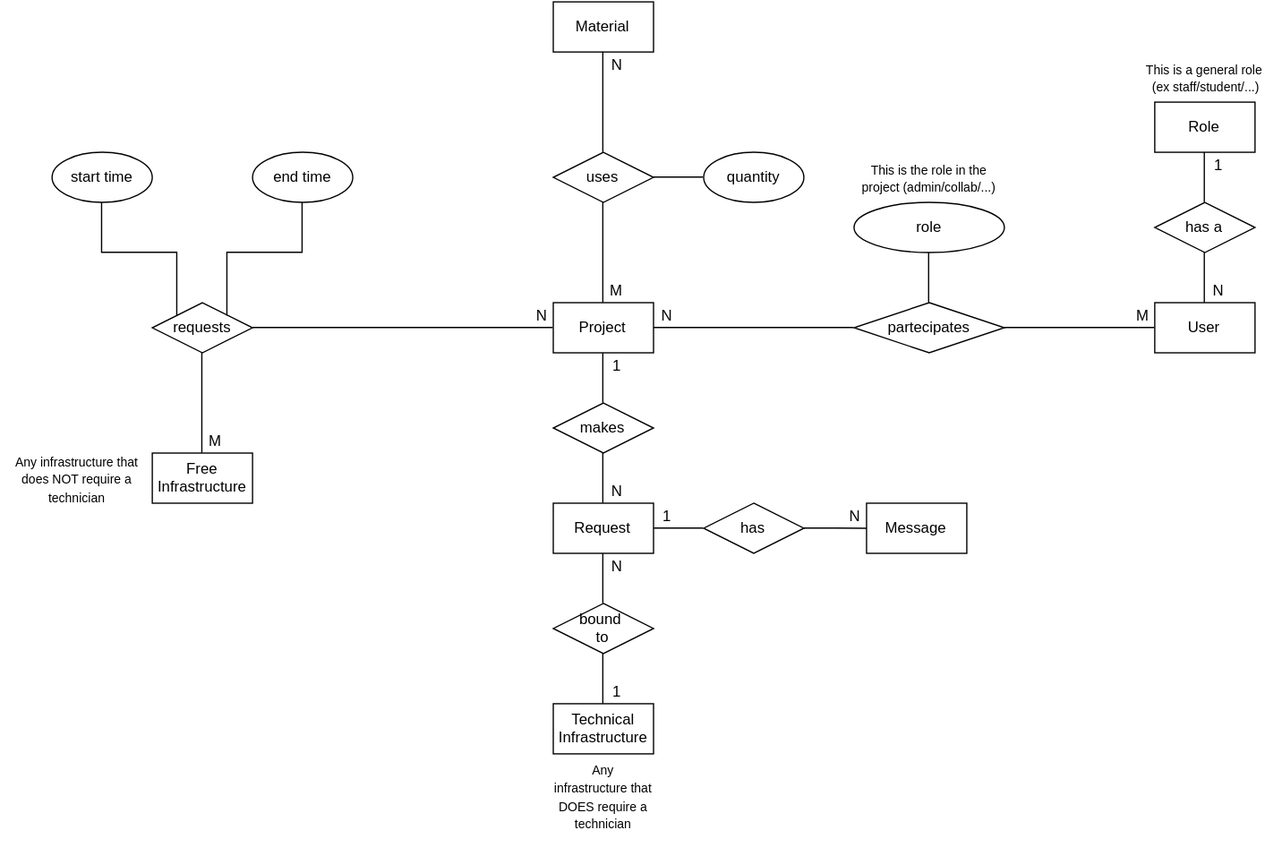
shalen-original/dbms2016-exam-project keeps this draw.io diagram as Schema/mpm-db-er-schema.svg. Above is the earlier version. Source tidied: cells renumbered, new cells last; positions are measured from the earlier drawing's top-left corner, leaving out a move shared by most shapes.
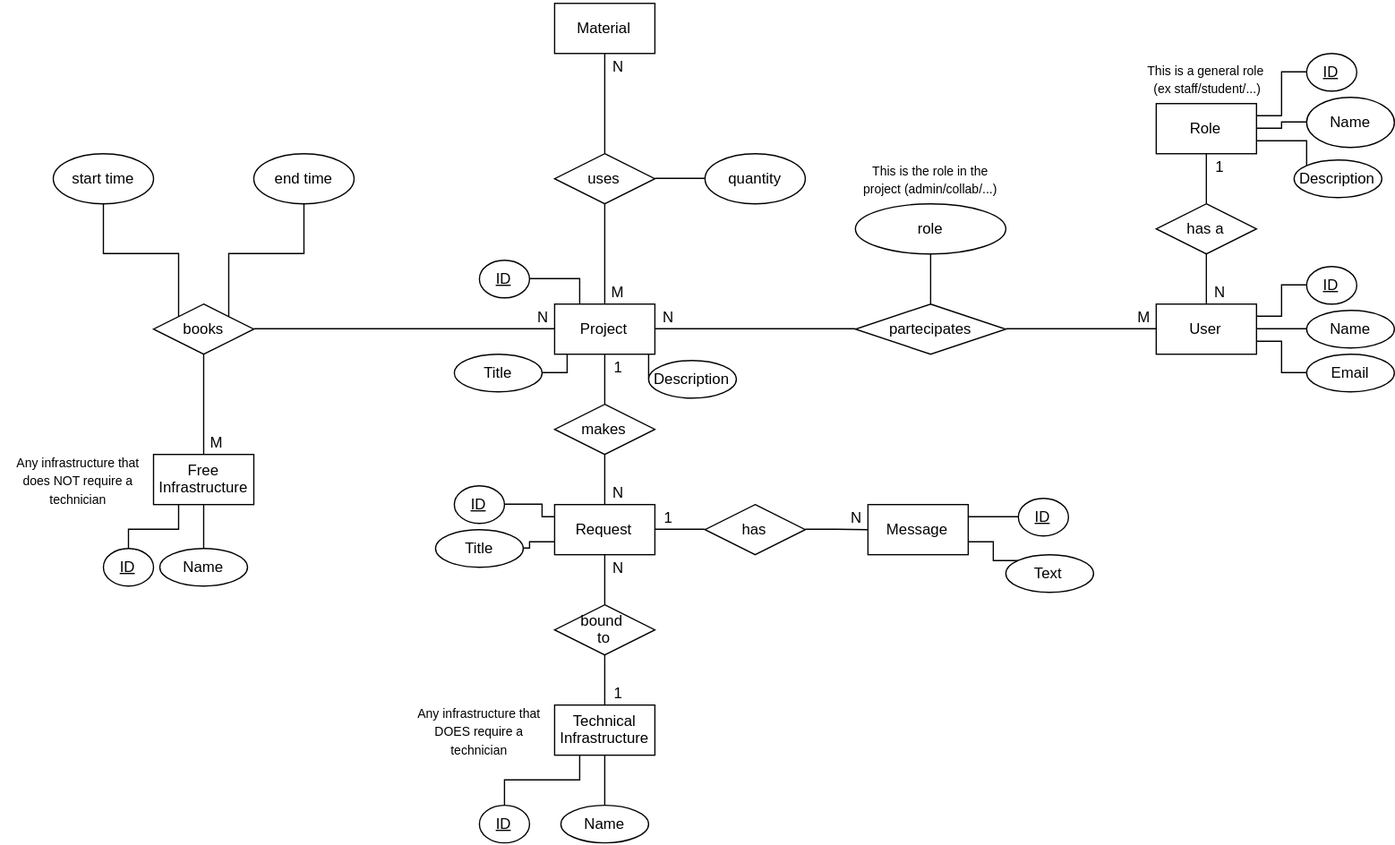
Later version of the same file.

What changed in the source:
```diff
@@ -11,12 +11,35 @@
     <mxCell id="4" style="edgeStyle=orthogonalEdgeStyle;rounded=0;html=1;exitX=0.5;exitY=1;endArrow=none;endFill=0;jettySize=auto;entryX=0.5;entryY=0;" parent="1" edge="1" source="5" target="57">
       <mxGeometry relative="1" as="geometry" />
     </mxCell>
+    <mxCell id="60" style="edgeStyle=orthogonalEdgeStyle;rounded=0;html=1;exitX=0.25;exitY=0;entryX=1;entryY=0.5;endArrow=none;endFill=0;jettySize=auto;" parent="1" edge="1" source="5" target="91">
+      <mxGeometry relative="1" as="geometry" />
+    </mxCell>
+    <mxCell id="61" style="edgeStyle=orthogonalEdgeStyle;rounded=0;html=1;exitX=0.25;exitY=1;entryX=1;entryY=0.5;endArrow=none;endFill=0;jettySize=auto;" parent="1" edge="1" source="5" target="92">
+      <mxGeometry relative="1" as="geometry">
+        <Array as="points">
+          <mxPoint x="450" y="280" />
+          <mxPoint x="450" y="295" />
+        </Array>
+      </mxGeometry>
+    </mxCell>
+    <mxCell id="62" style="edgeStyle=orthogonalEdgeStyle;rounded=0;html=1;exitX=0.75;exitY=1;entryX=0;entryY=0.5;endArrow=none;endFill=0;jettySize=auto;" parent="1" edge="1" source="5" target="93">
+      <mxGeometry relative="1" as="geometry" />
+    </mxCell>
     <mxCell id="5" value="Project" style="whiteSpace=wrap;html=1;" parent="1" vertex="1">
       <mxGeometry x="440" y="240" width="80" height="40" as="geometry" />
     </mxCell>
     <mxCell id="6" style="edgeStyle=orthogonalEdgeStyle;rounded=0;html=1;exitX=0;exitY=0.5;entryX=1;entryY=0.5;jettySize=auto;endArrow=none;endFill=0;" parent="1" edge="1" source="7" target="15">
       <mxGeometry relative="1" as="geometry" />
     </mxCell>
+    <mxCell id="63" style="edgeStyle=orthogonalEdgeStyle;rounded=0;html=1;exitX=1;exitY=0.25;entryX=0;entryY=0.5;endArrow=none;endFill=0;jettySize=auto;" parent="1" edge="1" source="7" target="80">
+      <mxGeometry relative="1" as="geometry" />
+    </mxCell>
+    <mxCell id="64" style="edgeStyle=orthogonalEdgeStyle;rounded=0;html=1;exitX=1;exitY=0.5;entryX=0;entryY=0.5;endArrow=none;endFill=0;jettySize=auto;" parent="1" edge="1" source="7" target="81">
+      <mxGeometry relative="1" as="geometry" />
+    </mxCell>
+    <mxCell id="65" style="edgeStyle=orthogonalEdgeStyle;rounded=0;html=1;exitX=1;exitY=0.75;entryX=0;entryY=0.5;endArrow=none;endFill=0;jettySize=auto;" parent="1" edge="1" source="7" target="82">
+      <mxGeometry relative="1" as="geometry" />
+    </mxCell>
     <mxCell id="7" value="User" style="whiteSpace=wrap;html=1;" parent="1" vertex="1">
       <mxGeometry x="920" y="240" width="80" height="40" as="geometry" />
     </mxCell>
@@ -32,6 +55,22 @@
     <mxCell id="11" style="edgeStyle=orthogonalEdgeStyle;rounded=0;html=1;exitX=1;exitY=0.5;endArrow=none;endFill=0;jettySize=auto;entryX=0;entryY=0.5;" parent="1" edge="1" source="12" target="58">
       <mxGeometry relative="1" as="geometry" />
     </mxCell>
+    <mxCell id="66" style="edgeStyle=orthogonalEdgeStyle;rounded=0;html=1;exitX=0;exitY=0.25;entryX=1;entryY=0.5;endArrow=none;endFill=0;jettySize=auto;" parent="1" edge="1" source="12" target="89">
+      <mxGeometry relative="1" as="geometry">
+        <Array as="points">
+          <mxPoint x="430" y="410" />
+          <mxPoint x="430" y="400" />
+        </Array>
+      </mxGeometry>
+    </mxCell>
+    <mxCell id="67" style="edgeStyle=orthogonalEdgeStyle;rounded=0;html=1;exitX=0;exitY=0.75;entryX=1;entryY=0.5;endArrow=none;endFill=0;jettySize=auto;" parent="1" edge="1" source="12" target="90">
+      <mxGeometry relative="1" as="geometry">
+        <Array as="points">
+          <mxPoint x="420" y="430" />
+          <mxPoint x="420" y="435" />
+        </Array>
+      </mxGeometry>
+    </mxCell>
     <mxCell id="12" value="Request" style="whiteSpace=wrap;html=1;" parent="1" vertex="1">
       <mxGeometry x="440" y="400" width="80" height="40" as="geometry" />
     </mxCell>
@@ -43,6 +82,17 @@
         </Array>
       </mxGeometry>
     </mxCell>
+    <mxCell id="68" style="edgeStyle=orthogonalEdgeStyle;rounded=0;html=1;exitX=1;exitY=0.25;entryX=0;entryY=0.5;endArrow=none;endFill=0;jettySize=auto;" parent="1" edge="1" source="14" target="78">
+      <mxGeometry relative="1" as="geometry" />
+    </mxCell>
+    <mxCell id="69" style="edgeStyle=orthogonalEdgeStyle;rounded=0;html=1;exitX=1;exitY=0.75;entryX=0;entryY=0;endArrow=none;endFill=0;jettySize=auto;" parent="1" edge="1" source="14" target="79">
+      <mxGeometry relative="1" as="geometry">
+        <Array as="points">
+          <mxPoint x="790" y="430" />
+          <mxPoint x="790" y="444" />
+        </Array>
+      </mxGeometry>
+    </mxCell>
     <mxCell id="14" value="Message" style="whiteSpace=wrap;html=1;" parent="1" vertex="1">
       <mxGeometry x="690" y="400" width="80" height="40" as="geometry" />
     </mxCell>
@@ -76,7 +126,7 @@
     <mxCell id="24" style="edgeStyle=orthogonalEdgeStyle;rounded=0;html=1;exitX=0.5;exitY=1;entryX=0.5;entryY=0;endArrow=none;endFill=0;jettySize=auto;" parent="1" edge="1" source="25" target="55">
       <mxGeometry relative="1" as="geometry" />
     </mxCell>
-    <mxCell id="25" value="requests" style="rhombus;whiteSpace=wrap;html=1;" parent="1" vertex="1">
+    <mxCell id="25" value="books" style="rhombus;whiteSpace=wrap;html=1;" parent="1" vertex="1">
       <mxGeometry x="120" y="240" width="80" height="40" as="geometry" />
     </mxCell>
     <mxCell id="26" style="edgeStyle=orthogonalEdgeStyle;rounded=0;html=1;exitX=0.5;exitY=1;entryX=0;entryY=0;endArrow=none;endFill=0;jettySize=auto;" parent="1" edge="1" source="27" target="25">
@@ -117,15 +167,6 @@
     <mxCell id="37" value="&lt;span style=&quot;font-size: 10px&quot;&gt;This is the role in the project (admin/collab/...)&lt;/span&gt;" style="text;html=1;strokeColor=none;fillColor=none;align=center;verticalAlign=middle;whiteSpace=wrap;rounded=0;shadow=0;glass=0;comic=0;" parent="35" vertex="1">
       <mxGeometry width="120" height="40" as="geometry" />
     </mxCell>
-    <mxCell id="38" style="group;" parent="1" vertex="1">
-      <mxGeometry x="440" y="560" width="80" height="120" as="geometry" />
-    </mxCell>
-    <mxCell id="39" value="Technical&lt;div&gt;Infrastructure&lt;/div&gt;" style="whiteSpace=wrap;html=1;" parent="38" vertex="1">
-      <mxGeometry width="80" height="40" as="geometry" />
-    </mxCell>
-    <mxCell id="40" value="&lt;span style=&quot;font-size: 10px&quot;&gt;Any infrastructure that DOES require a technician&lt;/span&gt;" style="text;html=1;strokeColor=none;fillColor=none;align=center;verticalAlign=middle;whiteSpace=wrap;rounded=0;shadow=0;glass=0;comic=0;" parent="38" vertex="1">
-      <mxGeometry y="40" width="80" height="80" as="geometry" />
-    </mxCell>
     <mxCell id="41" value="M" style="text;html=1;strokeColor=none;fillColor=none;align=center;verticalAlign=middle;whiteSpace=wrap;rounded=0;shadow=0;glass=0;comic=0;" parent="1" vertex="1">
       <mxGeometry x="160" y="340" width="20" height="20" as="geometry" />
     </mxCell>
@@ -168,6 +209,12 @@
     <mxCell id="54" value="1" style="text;html=1;strokeColor=none;fillColor=none;align=center;verticalAlign=middle;whiteSpace=wrap;rounded=0;shadow=0;glass=0;comic=0;" parent="1" vertex="1">
       <mxGeometry x="480" y="540" width="20" height="20" as="geometry" />
     </mxCell>
+    <mxCell id="70" style="edgeStyle=orthogonalEdgeStyle;rounded=0;html=1;exitX=0.25;exitY=1;entryX=0.5;entryY=0;endArrow=none;endFill=0;jettySize=auto;" parent="1" edge="1" source="55" target="72">
+      <mxGeometry relative="1" as="geometry" />
+    </mxCell>
+    <mxCell id="71" style="edgeStyle=orthogonalEdgeStyle;rounded=0;html=1;exitX=0.5;exitY=1;entryX=0.5;entryY=0;endArrow=none;endFill=0;jettySize=auto;" parent="1" edge="1" source="55" target="73">
+      <mxGeometry relative="1" as="geometry" />
+    </mxCell>
     <mxCell id="55" value="Free&lt;div&gt;Infrastructure&lt;/div&gt;" style="whiteSpace=wrap;html=1;" parent="1" vertex="1">
       <mxGeometry x="120" y="360" width="80" height="40" as="geometry" />
     </mxCell>
@@ -183,5 +230,81 @@
     <mxCell id="59" value="bound&amp;nbsp;&lt;div&gt;to&lt;/div&gt;" style="rhombus;whiteSpace=wrap;html=1;" parent="1" vertex="1">
       <mxGeometry x="440" y="480" width="80" height="40" as="geometry" />
     </mxCell>
+    <mxCell id="72" value="&lt;u&gt;ID&lt;/u&gt;" style="ellipse;whiteSpace=wrap;html=1;" parent="1" vertex="1">
+      <mxGeometry x="80" y="435" width="40" height="30" as="geometry" />
+    </mxCell>
+    <mxCell id="73" value="Name" style="ellipse;whiteSpace=wrap;html=1;" parent="1" vertex="1">
+      <mxGeometry x="125" y="435" width="70" height="30" as="geometry" />
+    </mxCell>
+    <mxCell id="74" style="edgeStyle=orthogonalEdgeStyle;rounded=0;html=1;exitX=0.25;exitY=1;entryX=0.5;entryY=0;endArrow=none;endFill=0;jettySize=auto;" parent="1" edge="1" source="39" target="76">
+      <mxGeometry relative="1" as="geometry" />
+    </mxCell>
+    <mxCell id="75" style="edgeStyle=orthogonalEdgeStyle;rounded=0;html=1;exitX=0.5;exitY=1;entryX=0.5;entryY=0;endArrow=none;endFill=0;jettySize=auto;" parent="1" edge="1" source="39" target="77">
+      <mxGeometry relative="1" as="geometry" />
+    </mxCell>
+    <mxCell id="39" value="Technical&lt;div&gt;Infrastructure&lt;/div&gt;" style="whiteSpace=wrap;html=1;" parent="1" vertex="1">
+      <mxGeometry x="440" y="560" width="80" height="40" as="geometry" />
+    </mxCell>
+    <mxCell id="40" value="&lt;span style=&quot;font-size: 10px&quot;&gt;Any infrastructure that DOES require a technician&lt;/span&gt;" style="text;html=1;strokeColor=none;fillColor=none;align=center;verticalAlign=middle;whiteSpace=wrap;rounded=0;shadow=0;glass=0;comic=0;" parent="1" vertex="1">
+      <mxGeometry x="320" y="560" width="120" height="40" as="geometry" />
+    </mxCell>
+    <mxCell id="76" value="&lt;u&gt;ID&lt;/u&gt;" style="ellipse;whiteSpace=wrap;html=1;" parent="1" vertex="1">
+      <mxGeometry x="380" y="640" width="40" height="30" as="geometry" />
+    </mxCell>
+    <mxCell id="77" value="Name" style="ellipse;whiteSpace=wrap;html=1;" parent="1" vertex="1">
+      <mxGeometry x="445" y="640" width="70" height="30" as="geometry" />
+    </mxCell>
+    <mxCell id="78" value="&lt;u&gt;ID&lt;/u&gt;" style="ellipse;whiteSpace=wrap;html=1;" parent="1" vertex="1">
+      <mxGeometry x="810" y="395" width="40" height="30" as="geometry" />
+    </mxCell>
+    <mxCell id="79" value="Text" style="ellipse;whiteSpace=wrap;html=1;" parent="1" vertex="1">
+      <mxGeometry x="800" y="440" width="70" height="30" as="geometry" />
+    </mxCell>
+    <mxCell id="80" value="&lt;u&gt;ID&lt;/u&gt;" style="ellipse;whiteSpace=wrap;html=1;" parent="1" vertex="1">
+      <mxGeometry x="1040" y="210" width="40" height="30" as="geometry" />
+    </mxCell>
+    <mxCell id="81" value="Name" style="ellipse;whiteSpace=wrap;html=1;" parent="1" vertex="1">
+      <mxGeometry x="1040" y="245" width="70" height="30" as="geometry" />
+    </mxCell>
+    <mxCell id="82" value="Email" style="ellipse;whiteSpace=wrap;html=1;" parent="1" vertex="1">
+      <mxGeometry x="1040" y="280" width="70" height="30" as="geometry" />
+    </mxCell>
+    <mxCell id="83" value="&lt;u&gt;ID&lt;/u&gt;" style="ellipse;whiteSpace=wrap;html=1;" parent="1" vertex="1">
+      <mxGeometry x="1040" y="40" width="40" height="30" as="geometry" />
+    </mxCell>
+    <mxCell id="84" value="Name" style="ellipse;whiteSpace=wrap;html=1;" parent="1" vertex="1">
+      <mxGeometry x="1040" y="75" width="70" height="40" as="geometry" />
+    </mxCell>
+    <mxCell id="85" style="edgeStyle=orthogonalEdgeStyle;rounded=0;html=1;exitX=0;exitY=0;entryX=1;entryY=0.75;endArrow=none;endFill=0;jettySize=auto;" parent="1" edge="1" source="86" target="33">
+      <mxGeometry relative="1" as="geometry">
+        <Array as="points">
+          <mxPoint x="1040" y="110" />
+        </Array>
+      </mxGeometry>
+    </mxCell>
+    <mxCell id="86" value="Description" style="ellipse;whiteSpace=wrap;html=1;" parent="1" vertex="1">
+      <mxGeometry x="1030" y="125" width="70" height="30" as="geometry" />
+    </mxCell>
+    <mxCell id="87" style="edgeStyle=orthogonalEdgeStyle;rounded=0;html=1;exitX=1;exitY=0.25;entryX=0;entryY=0.5;endArrow=none;endFill=0;jettySize=auto;" parent="1" edge="1" source="33" target="83">
+      <mxGeometry relative="1" as="geometry" />
+    </mxCell>
+    <mxCell id="88" style="edgeStyle=orthogonalEdgeStyle;rounded=0;html=1;exitX=1;exitY=0.5;entryX=0;entryY=0.5;endArrow=none;endFill=0;jettySize=auto;" parent="1" edge="1" source="33" target="84">
+      <mxGeometry relative="1" as="geometry" />
+    </mxCell>
+    <mxCell id="89" value="&lt;u&gt;ID&lt;/u&gt;" style="ellipse;whiteSpace=wrap;html=1;" parent="1" vertex="1">
+      <mxGeometry x="360" y="385" width="40" height="30" as="geometry" />
+    </mxCell>
+    <mxCell id="90" value="Title" style="ellipse;whiteSpace=wrap;html=1;" parent="1" vertex="1">
+      <mxGeometry x="345" y="420" width="70" height="30" as="geometry" />
+    </mxCell>
+    <mxCell id="91" value="&lt;u&gt;ID&lt;/u&gt;" style="ellipse;whiteSpace=wrap;html=1;" parent="1" vertex="1">
+      <mxGeometry x="380" y="205" width="40" height="30" as="geometry" />
+    </mxCell>
+    <mxCell id="92" value="Title" style="ellipse;whiteSpace=wrap;html=1;" parent="1" vertex="1">
+      <mxGeometry x="360" y="280" width="70" height="30" as="geometry" />
+    </mxCell>
+    <mxCell id="93" value="Description" style="ellipse;whiteSpace=wrap;html=1;" parent="1" vertex="1">
+      <mxGeometry x="515" y="285" width="70" height="30" as="geometry" />
+    </mxCell>
   </root>
 </mxGraphModel>
```
